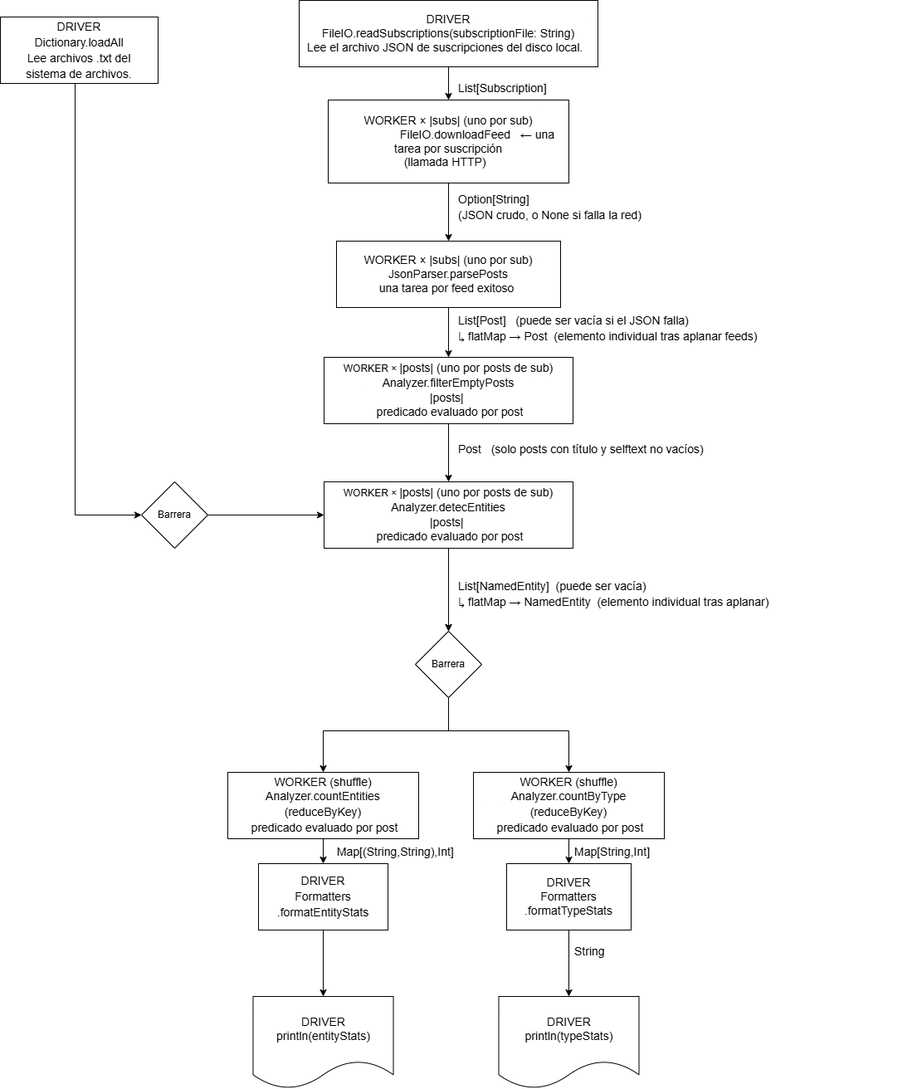
Before: diagrama.png, a diagram exported from draw.io (Maximo-Pellegrino/paradigmas26-lab3-g30). Source tidied: cells renumbered, new cells last; positions are measured from the earlier drawing's top-left corner, leaving out a move shared by most shapes.
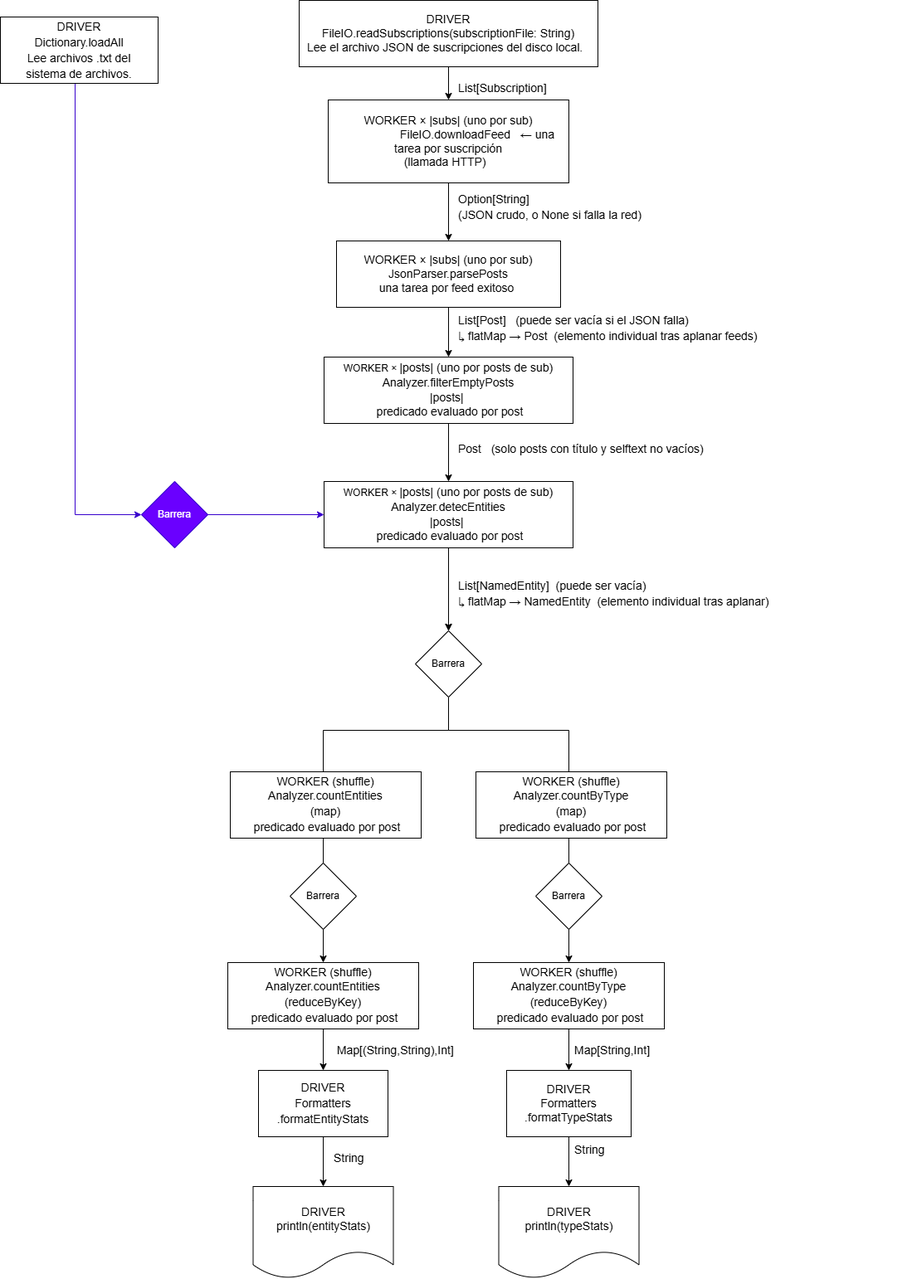
Later version of the same file.

What changed in the source:
```diff
@@ -57,7 +57,7 @@
     <mxCell id="16" value="&lt;div&gt;&lt;span style=&quot;&quot;&gt;WORKER ×&amp;nbsp;&lt;/span&gt;&lt;span style=&quot;font-size: 14px; white-space: pre;&quot;&gt;|posts| (uno por posts de sub)&lt;/span&gt;&lt;/div&gt;&lt;div&gt;&lt;div style=&quot;font-size: 14px; line-height: 19px; white-space: pre;&quot;&gt;Analyzer.detecEntities&lt;/div&gt;&lt;/div&gt;&lt;div&gt;&lt;span style=&quot;font-size: 14px; white-space: pre;&quot;&gt;|posts|&lt;/span&gt;&lt;span style=&quot;&quot;&gt;&amp;nbsp;&lt;/span&gt;&lt;/div&gt;&lt;div&gt;&lt;div style=&quot;font-size: 14px; line-height: 19px; white-space: pre;&quot;&gt;&amp;nbsp;predicado evaluado por post&lt;/div&gt;&lt;/div&gt;" style="rounded=0;whiteSpace=wrap;html=1;fontFamily=Helvetica;labelBackgroundColor=none;fontColor=light-dark(#000000,#000000);fillColor=light-dark(#FFFFFF,#F1FF08);" parent="1" vertex="1">
       <mxGeometry x="390" y="580" width="300" height="80" as="geometry" />
     </mxCell>
-    <mxCell id="17" style="edgeStyle=orthogonalEdgeStyle;rounded=0;jettySize=auto;html=1;" parent="1" edge="1" source="18" target="35">
+    <mxCell id="17" style="edgeStyle=orthogonalEdgeStyle;rounded=0;jettySize=auto;html=1;fillColor=#6a00ff;strokeColor=#3700CC;" parent="1" edge="1" source="18" target="35">
       <mxGeometry relative="1" as="geometry">
         <Array as="points">
           <mxPoint x="90" y="620" />
@@ -70,54 +70,52 @@
     <mxCell id="19" value="&lt;div style=&quot;font-weight: normal; font-size: 14px; line-height: 19px; white-space: pre;&quot;&gt;&lt;div&gt;&lt;span style=&quot;&quot;&gt;List[NamedEntity] &amp;nbsp;(puede ser vacía)&lt;/span&gt;&lt;/div&gt;&lt;div&gt;&lt;span style=&quot;&quot;&gt;↳ flatMap → NamedEntity &amp;nbsp;(elemento individual tras aplanar)&lt;/span&gt;&lt;/div&gt;&lt;/div&gt;" style="text;whiteSpace=wrap;html=1;fontFamily=Helvetica;labelBackgroundColor=none;fontColor=light-dark(#000000,#FFFFFF);" parent="1" vertex="1">
       <mxGeometry x="550" y="690" width="490" height="60" as="geometry" />
     </mxCell>
-    <mxCell id="20" style="edgeStyle=orthogonalEdgeStyle;rounded=0;jettySize=auto;html=1;" parent="1" edge="1" source="21">
-      <mxGeometry relative="1" as="geometry">
-        <mxPoint x="389" y="1040" as="targetPoint" />
-      </mxGeometry>
+    <mxCell id="20" style="edgeStyle=orthogonalEdgeStyle;rounded=0;jettySize=auto;html=1;" parent="1" edge="1" source="21" target="25">
+      <mxGeometry relative="1" as="geometry" />
     </mxCell>
     <mxCell id="21" value="&lt;div&gt;&lt;span&gt;WORKER (shuffle)&lt;/span&gt;&lt;/div&gt;&lt;div&gt;&lt;div style=&quot;line-height: 19px; white-space: pre;&quot;&gt;Analyzer.countEntities&lt;/div&gt;&lt;/div&gt;&lt;div&gt;&lt;div style=&quot;line-height: 19px; white-space: pre;&quot;&gt;(reduceByKey)&lt;/div&gt;&lt;/div&gt;&lt;div&gt;&lt;div style=&quot;line-height: 19px; white-space: pre;&quot;&gt;&amp;nbsp;predicado evaluado por post&lt;/div&gt;&lt;/div&gt;" style="rounded=0;whiteSpace=wrap;html=1;fontFamily=Helvetica;labelBackgroundColor=none;fontColor=light-dark(#000000,#000000);fontSize=14;fillColor=light-dark(#FFFFFF,#FFF100);" parent="1" vertex="1">
-      <mxGeometry x="274" y="930" width="230" height="80" as="geometry" />
+      <mxGeometry x="274" y="1160" width="230" height="80" as="geometry" />
     </mxCell>
     <mxCell id="22" style="edgeStyle=orthogonalEdgeStyle;rounded=0;jettySize=auto;html=1;" parent="1" edge="1" source="23" target="27">
       <mxGeometry relative="1" as="geometry" />
     </mxCell>
     <mxCell id="23" value="&lt;div&gt;&lt;span&gt;WORKER (shuffle)&lt;/span&gt;&lt;/div&gt;&lt;div&gt;&lt;div style=&quot;line-height: 19px; white-space: pre;&quot;&gt;Analyzer.countByType&lt;/div&gt;&lt;/div&gt;&lt;div&gt;&lt;div style=&quot;line-height: 19px; white-space: pre;&quot;&gt;(reduceByKey)&lt;/div&gt;&lt;/div&gt;&lt;div&gt;&lt;div style=&quot;line-height: 19px; white-space: pre;&quot;&gt;&amp;nbsp;predicado evaluado por post&lt;/div&gt;&lt;/div&gt;" style="rounded=0;whiteSpace=wrap;html=1;fontFamily=Helvetica;labelBackgroundColor=none;fontColor=light-dark(#000000,#000000);fontSize=14;fillColor=light-dark(#FFFFFF,#FFF100);" parent="1" vertex="1">
-      <mxGeometry x="570" y="930" width="230" height="80" as="geometry" />
+      <mxGeometry x="570" y="1160" width="230" height="80" as="geometry" />
     </mxCell>
     <mxCell id="24" style="edgeStyle=orthogonalEdgeStyle;rounded=0;jettySize=auto;html=1;" parent="1" edge="1" source="25" target="32">
       <mxGeometry relative="1" as="geometry" />
     </mxCell>
     <mxCell id="25" value="&lt;div style=&quot;line-height: 19px; white-space: pre;&quot;&gt;&lt;div&gt;DRIVER&lt;/div&gt;&lt;div&gt;Formatters&lt;/div&gt;&lt;div&gt;.formatEntityStats&lt;/div&gt;&lt;/div&gt;" style="rounded=0;whiteSpace=wrap;html=1;fontFamily=Helvetica;labelBackgroundColor=none;fontColor=light-dark(#000000,#FFFFFF);fontSize=14;fillColor=light-dark(#FFFFFF,#06FF31);" parent="1" vertex="1">
-      <mxGeometry x="311" y="1040" width="156" height="80" as="geometry" />
+      <mxGeometry x="311" y="1290" width="156" height="80" as="geometry" />
     </mxCell>
     <mxCell id="26" style="edgeStyle=orthogonalEdgeStyle;rounded=0;jettySize=auto;html=1;" parent="1" edge="1" source="27" target="33">
       <mxGeometry relative="1" as="geometry" />
     </mxCell>
     <mxCell id="27" value="&lt;div style=&quot;white-space: pre;&quot;&gt;DRIVER&lt;/div&gt;&lt;div style=&quot;white-space: pre;&quot;&gt;Formatters&lt;/div&gt;&lt;div style=&quot;white-space: pre;&quot;&gt;.formatTypeStats&lt;/div&gt;" style="rounded=0;whiteSpace=wrap;html=1;fontFamily=Helvetica;labelBackgroundColor=none;fontColor=light-dark(#000000,#FFFFFF);fontSize=14;fillColor=light-dark(#FFFFFF,#06FF31);" parent="1" vertex="1">
-      <mxGeometry x="610" y="1040" width="150" height="80" as="geometry" />
+      <mxGeometry x="610" y="1290" width="150" height="80" as="geometry" />
     </mxCell>
     <mxCell id="28" value="&lt;div style=&quot;font-weight: normal; line-height: 19px; white-space: pre;&quot;&gt;&lt;div&gt;&lt;span&gt;&amp;nbsp;Map[(String,String),Int]&lt;/span&gt;&lt;/div&gt;&lt;/div&gt;" style="text;whiteSpace=wrap;html=1;fontFamily=Helvetica;labelBackgroundColor=none;fontColor=light-dark(#000000,#FFFFFF);fontSize=14;" parent="1" vertex="1">
-      <mxGeometry x="400" y="1010" width="230" height="40" as="geometry" />
+      <mxGeometry x="400" y="1250" width="230" height="40" as="geometry" />
     </mxCell>
     <mxCell id="29" value="&lt;div style=&quot;font-weight: normal; line-height: 19px; white-space: pre;&quot;&gt;&lt;div&gt;&lt;span&gt;Map[String,Int]&lt;/span&gt;&lt;/div&gt;&lt;/div&gt;" style="text;whiteSpace=wrap;html=1;fontFamily=Helvetica;labelBackgroundColor=none;fontColor=default;fontSize=14;" parent="1" vertex="1">
-      <mxGeometry x="690" y="1010" width="150" height="40" as="geometry" />
+      <mxGeometry x="689.5" y="1250" width="150" height="40" as="geometry" />
     </mxCell>
     <mxCell id="30" value="&lt;div style=&quot;font-weight: normal; line-height: 19px; white-space: pre;&quot;&gt;&lt;div&gt;&lt;span&gt;String&lt;/span&gt;&lt;/div&gt;&lt;/div&gt;" style="text;whiteSpace=wrap;html=1;fontFamily=Helvetica;labelBackgroundColor=none;fontColor=light-dark(#000000,#FFFFFF);fontSize=14;" parent="1" vertex="1">
-      <mxGeometry x="400" y="1249" width="80" height="40" as="geometry" />
+      <mxGeometry x="400" y="1479" width="80" height="40" as="geometry" />
     </mxCell>
     <mxCell id="31" value="&lt;div style=&quot;font-weight: normal; line-height: 19px; white-space: pre;&quot;&gt;&lt;div&gt;&lt;span&gt;String&lt;/span&gt;&lt;/div&gt;&lt;/div&gt;" style="text;whiteSpace=wrap;html=1;fontFamily=Helvetica;labelBackgroundColor=none;fontColor=light-dark(#000000,#FFFFFF);fontSize=14;" parent="1" vertex="1">
-      <mxGeometry x="690" y="1130" width="80" height="40" as="geometry" />
+      <mxGeometry x="689.5" y="1370" width="80" height="40" as="geometry" />
     </mxCell>
     <mxCell id="32" value="&lt;div&gt;DRIVER&lt;/div&gt;println(&lt;span style=&quot;white-space: pre;&quot;&gt;entityStats&lt;/span&gt;&lt;span&gt;)&lt;/span&gt;" style="shape=document;whiteSpace=wrap;html=1;boundedLbl=1;fontFamily=Helvetica;labelBackgroundColor=none;fontColor=light-dark(#000000,#FFFFFF);fontSize=14;fillColor=light-dark(#FFFFFF,#36FF0C);" parent="1" vertex="1">
-      <mxGeometry x="304.5" y="1200" width="169" height="111" as="geometry" />
+      <mxGeometry x="304.5" y="1430" width="169" height="111" as="geometry" />
     </mxCell>
     <mxCell id="33" value="&lt;div&gt;DRIVER&lt;/div&gt;println(type&lt;span style=&quot;white-space: pre;&quot;&gt;Stats&lt;/span&gt;&lt;span&gt;)&lt;/span&gt;" style="shape=document;whiteSpace=wrap;html=1;boundedLbl=1;fontFamily=Helvetica;labelBackgroundColor=none;fontColor=light-dark(#000000,#FFFFFF);fontSize=14;fillColor=light-dark(#FFFFFF,#36FF0C);" parent="1" vertex="1">
-      <mxGeometry x="600.5" y="1200" width="169" height="111" as="geometry" />
+      <mxGeometry x="600.5" y="1430" width="169" height="111" as="geometry" />
     </mxCell>
-    <mxCell id="34" style="edgeStyle=orthogonalEdgeStyle;rounded=0;jettySize=auto;html=1;" parent="1" edge="1" source="35" target="16">
+    <mxCell id="34" style="edgeStyle=orthogonalEdgeStyle;rounded=0;jettySize=auto;html=1;fillColor=#6a00ff;strokeColor=#3700CC;" parent="1" edge="1" source="35" target="16">
       <mxGeometry relative="1" as="geometry" />
     </mxCell>
-    <mxCell id="35" value="Barrera" style="rhombus;whiteSpace=wrap;html=1;fillColor=light-dark(#FFFFFF,#FF0000);" parent="1" vertex="1">
+    <mxCell id="35" value="Barrera" style="rhombus;whiteSpace=wrap;html=1;fillColor=#6a00ff;fontColor=#ffffff;strokeColor=#3700CC;" parent="1" vertex="1">
       <mxGeometry x="170" y="580" width="80" height="80" as="geometry" />
     </mxCell>
     <mxCell id="36" style="edgeStyle=orthogonalEdgeStyle;rounded=0;jettySize=auto;html=1;" parent="1" edge="1" source="16" target="38">
@@ -134,5 +132,20 @@
     <mxCell id="38" value="Barrera" style="rhombus;whiteSpace=wrap;html=1;fillColor=light-dark(#FFFFFF,#FF0000);" parent="1" vertex="1">
       <mxGeometry x="500" y="760" width="80" height="80" as="geometry" />
     </mxCell>
+    <mxCell id="39" value="&lt;div style=&quot;font-weight: normal; line-height: 19px; white-space: pre;&quot;&gt;&lt;div&gt;&lt;span&gt;String&lt;/span&gt;&lt;/div&gt;&lt;/div&gt;" style="text;whiteSpace=wrap;html=1;fontFamily=Helvetica;labelBackgroundColor=none;fontColor=light-dark(#000000,#FFFFFF);fontSize=14;" parent="1" vertex="1">
+      <mxGeometry x="400" y="1380" width="80" height="40" as="geometry" />
+    </mxCell>
+    <mxCell id="40" value="&lt;div&gt;&lt;span&gt;WORKER (shuffle)&lt;/span&gt;&lt;/div&gt;&lt;div&gt;&lt;div style=&quot;line-height: 19px; white-space: pre;&quot;&gt;Analyzer.countEntities&lt;/div&gt;&lt;/div&gt;&lt;div&gt;&lt;div style=&quot;line-height: 19px; white-space: pre;&quot;&gt;(map)&lt;/div&gt;&lt;/div&gt;&lt;div&gt;&lt;div style=&quot;line-height: 19px; white-space: pre;&quot;&gt;&amp;nbsp;predicado evaluado por post&lt;/div&gt;&lt;/div&gt;" style="rounded=0;whiteSpace=wrap;html=1;fontFamily=Helvetica;labelBackgroundColor=none;fontColor=light-dark(#000000,#000000);fontSize=14;fillColor=light-dark(#FFFFFF,#FFF100);" parent="1" vertex="1">
+      <mxGeometry x="277" y="930" width="230" height="80" as="geometry" />
+    </mxCell>
+    <mxCell id="41" value="&lt;div&gt;&lt;span&gt;WORKER (shuffle)&lt;/span&gt;&lt;/div&gt;&lt;div&gt;&lt;div style=&quot;line-height: 19px; white-space: pre;&quot;&gt;Analyzer.countByType&lt;/div&gt;&lt;/div&gt;&lt;div&gt;&lt;div style=&quot;line-height: 19px; white-space: pre;&quot;&gt;(map)&lt;/div&gt;&lt;/div&gt;&lt;div&gt;&lt;div style=&quot;line-height: 19px; white-space: pre;&quot;&gt;&amp;nbsp;predicado evaluado por post&lt;/div&gt;&lt;/div&gt;" style="rounded=0;whiteSpace=wrap;html=1;fontFamily=Helvetica;labelBackgroundColor=none;fontColor=light-dark(#000000,#000000);fontSize=14;fillColor=light-dark(#FFFFFF,#FFF100);" parent="1" vertex="1">
+      <mxGeometry x="573" y="930" width="230" height="80" as="geometry" />
+    </mxCell>
+    <mxCell id="42" value="Barrera" style="rhombus;whiteSpace=wrap;html=1;fillColor=light-dark(#FFFFFF,#FF0000);" parent="1" vertex="1">
+      <mxGeometry x="349" y="1040" width="80" height="80" as="geometry" />
+    </mxCell>
+    <mxCell id="43" value="Barrera" style="rhombus;whiteSpace=wrap;html=1;fillColor=light-dark(#FFFFFF,#FF0000);" parent="1" vertex="1">
+      <mxGeometry x="645" y="1040" width="80" height="80" as="geometry" />
+    </mxCell>
   </root>
 </mxGraphModel>
```
